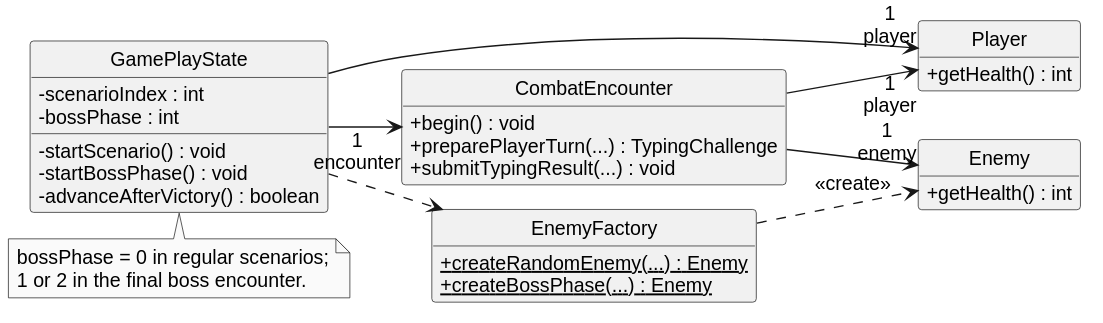
Before: docs/diagrams/run-progression.svg, a diagram exported from PlantUML (AY2627S1-CS2113-W12-4/tp).
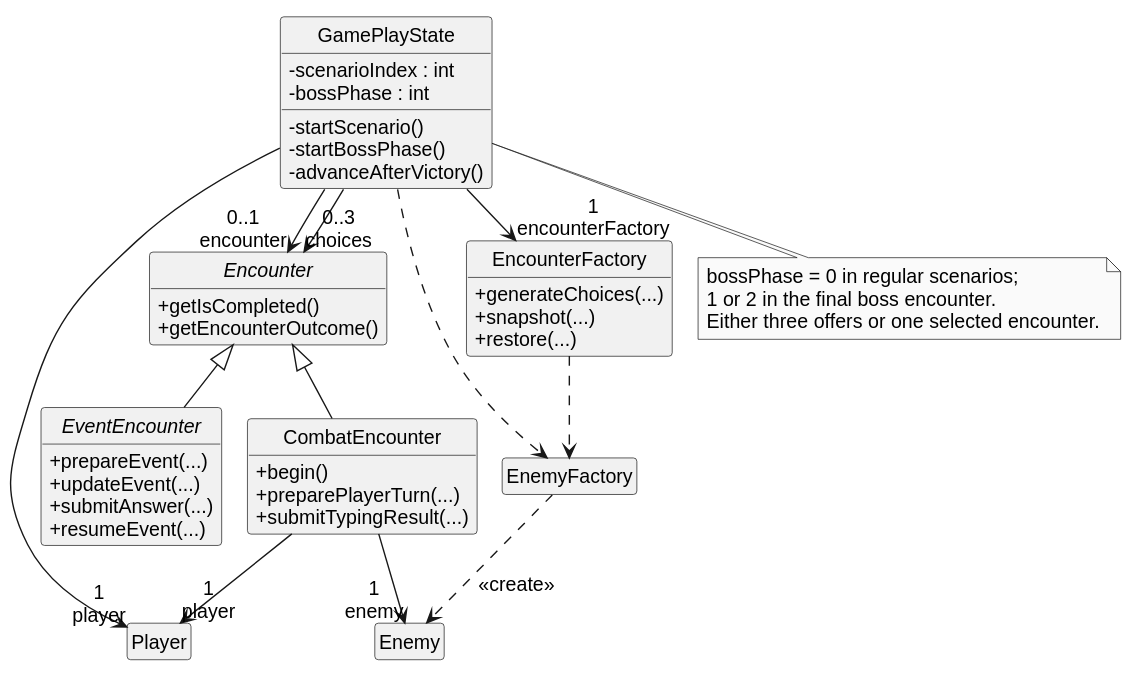
Above is the later version.

What changed in the source:
```diff
@@ -1,6 +1,6 @@
 @startuml
 !pragma layout smetana
-left to right direction
+top to bottom direction
 skinparam monochrome true
 skinparam defaultFontName Arial
 skinparam backgroundColor white
@@ -13,29 +13,42 @@
 class GamePlayState {
   -scenarioIndex : int
   -bossPhase : int
-  -startScenario() : void
-  -startBossPhase() : void
-  -advanceAfterVictory() : boolean
+  -startScenario()
+  -startBossPhase()
+  -advanceAfterVictory()
 }
-class Player {
-  +getHealth() : int
+abstract class Encounter {
+  +getIsCompleted()
+  +getEncounterOutcome()
 }
+class Player
 class CombatEncounter {
-  +begin() : void
-  +preparePlayerTurn(...) : TypingChallenge
-  +submitTypingResult(...) : void
+  +begin()
+  +preparePlayerTurn(...)
+  +submitTypingResult(...)
 }
-class Enemy {
-  +getHealth() : int
+abstract class EventEncounter {
+  +prepareEvent(...)
+  +updateEvent(...)
+  +submitAnswer(...)
+  +resumeEvent(...)
 }
-class EnemyFactory {
-  {static} +createRandomEnemy(...) : Enemy
-  {static} +createBossPhase(...) : Enemy
+class EncounterFactory {
+  +generateChoices(...)
+  +snapshot(...)
+  +restore(...)
 }
+class Enemy
+class EnemyFactory
 
 GamePlayState --> "1\nplayer" Player
-GamePlayState --> "1\nencounter" CombatEncounter
+GamePlayState --> "0..1\nencounter" Encounter
+GamePlayState --> "0..3\nchoices" Encounter
+GamePlayState --> "1\nencounterFactory" EncounterFactory
 GamePlayState ..> EnemyFactory
+Encounter <|-- CombatEncounter
+Encounter <|-- EventEncounter
+EncounterFactory ..> EnemyFactory
 CombatEncounter --> "1\nplayer" Player
 CombatEncounter --> "1\nenemy" Enemy
 EnemyFactory ..> Enemy : <<create>>
@@ -43,5 +56,6 @@
 note bottom of GamePlayState
   bossPhase = 0 in regular scenarios;
   1 or 2 in the final boss encounter.
+  Either three offers or one selected encounter.
 end note
 @enduml
```
